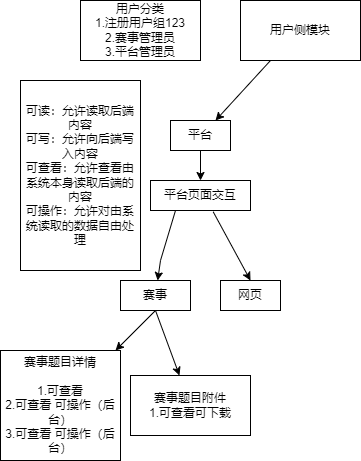
This is drawini/draw-user.png from DWDSec/fusu, a draw.io export, as it was before one commit. Source tidied: cells renumbered, new cells last; positions are measured from the earlier drawing's top-left corner, leaving out a move shared by most shapes.
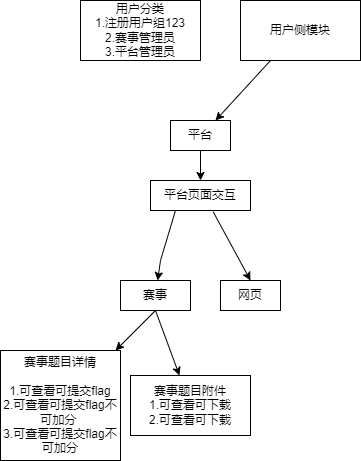
The same file after the commit.

What changed in the source:
```diff
@@ -20,9 +20,6 @@
     <mxCell id="7" style="endArrow=classic;html=1;rounded=0;" parent="1" edge="1" source="5" target="6">
       <mxGeometry relative="1" as="geometry" />
     </mxCell>
-    <mxCell id="8" value="可读：允许读取后端内容&lt;br&gt;可写：允许向后端写入内容&lt;br&gt;可查看：允许查看由系统本身读取后端的内容&lt;br&gt;可操作：允许对由系统读取的数据自由处理" style="rounded=0;whiteSpace=wrap;html=1;" parent="1" vertex="1">
-      <mxGeometry x="20" y="80" width="120" height="190" as="geometry" />
-    </mxCell>
     <mxCell id="9" style="endArrow=classic;html=1;rounded=0;exitX=0.25;exitY=1;exitDx=0;exitDy=0;" parent="1" edge="1" source="6" target="10">
       <mxGeometry relative="1" as="geometry">
         <Array as="points">
@@ -44,13 +41,13 @@
     <mxCell id="13" style="endArrow=classic;html=1;rounded=0;exitX=0.5;exitY=1;exitDx=0;exitDy=0;" parent="1" edge="1" source="10" target="14">
       <mxGeometry relative="1" as="geometry" />
     </mxCell>
-    <mxCell id="14" value="赛事题目详情&lt;br&gt;&lt;br&gt;1.可查看&lt;br&gt;2.可查看 可操作（后台）&lt;br&gt;3.可查看 可操作（后台）" style="rounded=0;whiteSpace=wrap;html=1;" parent="1" vertex="1">
+    <mxCell id="14" value="赛事题目详情&lt;br&gt;&lt;br&gt;1.可查看可提交flag&lt;br&gt;2.可查看可提交flag不可加分&amp;nbsp;&lt;br&gt;3.可查看可提交flag不可加分" style="rounded=0;whiteSpace=wrap;html=1;" parent="1" vertex="1">
       <mxGeometry y="350" width="120" height="110" as="geometry" />
     </mxCell>
     <mxCell id="15" style="endArrow=classic;html=1;rounded=0;exitX=0.5;exitY=1;exitDx=0;exitDy=0;" parent="1" edge="1" source="10" target="16">
       <mxGeometry relative="1" as="geometry" />
     </mxCell>
-    <mxCell id="16" value="赛事题目附件&lt;br&gt;1.可查看可下载" style="rounded=0;whiteSpace=wrap;html=1;" parent="1" vertex="1">
+    <mxCell id="16" value="赛事题目附件&lt;br&gt;1.可查看可下载&lt;br&gt;2.可查看可下载" style="rounded=0;whiteSpace=wrap;html=1;" parent="1" vertex="1">
       <mxGeometry x="130" y="375" width="120" height="60" as="geometry" />
     </mxCell>
   </root>
```
